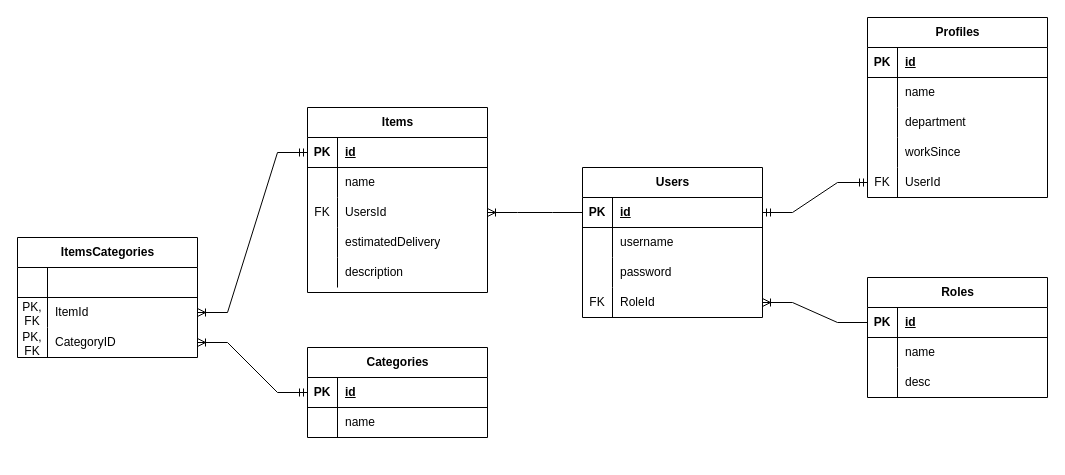
This is erd.drawio from ichigayamate/waregram, a draw.io file, before an edit. Source tidied: cells renumbered, new cells numbered last; positions are measured from the earlier drawing's top-left corner, leaving out a move shared by most shapes. Both pictures are drawn from the tidied source at 100%, with x=0, y=0 at pixel (17, 17).
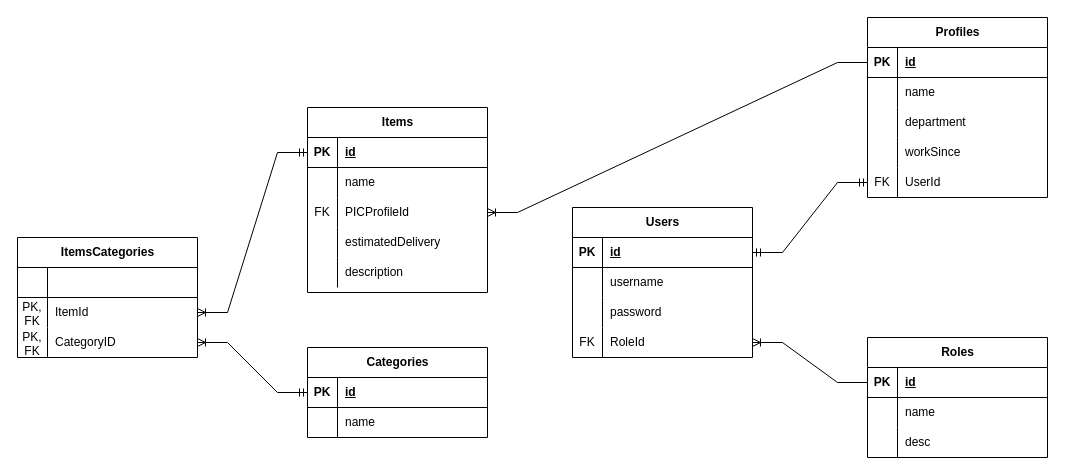
The same diagram, later.

Unchanged cells that the change refers to:
```xml
<mxCell id="3" style="shape=tableRow;horizontal=0;startSize=0;swimlaneHead=0;swimlaneBody=0;fillColor=none;points=[[0,0.5],[1,0.5]];portConstraint=eastwest;top=0;left=0;right=0;bottom=1;" parent="2" vertex="1">
  <mxGeometry y="30" width="180" height="30" as="geometry" />
</mxCell>
<mxCell id="16" style="shape=tableRow;horizontal=0;startSize=0;swimlaneHead=0;swimlaneBody=0;fillColor=none;points=[[0,0.5],[1,0.5]];portConstraint=eastwest;top=0;left=0;right=0;bottom=1;" parent="15" vertex="1">
  <mxGeometry y="30" width="180" height="30" as="geometry" />
</mxCell>
<mxCell id="70" style="shape=tableRow;horizontal=0;startSize=0;swimlaneHead=0;swimlaneBody=0;fillColor=none;points=[[0,0.5],[1,0.5]];portConstraint=eastwest;top=0;left=0;right=0;bottom=0;" parent="63" vertex="1">
  <mxGeometry y="90" width="180" height="30" as="geometry" />
</mxCell>
```

Diff of the diagram source:
```diff
@@
     <mxCell id="2" value="Users" style="shape=table;startSize=30;childLayout=tableLayout;rowLines=0;fontStyle=1;align=center;html=1;" parent="1" vertex="1">
-      <mxGeometry x="565" y="150" width="180" height="150" as="geometry" />
+      <mxGeometry x="555" y="190" width="180" height="150" as="geometry" />
     </mxCell>
@@
-    <mxCell id="33" style="edgeStyle=entityRelationEdgeStyle;fontSize=12;html=1;endArrow=ERoneToMany;rounded=0;exitX=0;exitY=0.5;exitDx=0;exitDy=0;entryX=1;entryY=0.5;entryDx=0;entryDy=0;" parent="1" edge="1" source="3" target="70">
-      <mxGeometry relative="1" as="geometry" />
+    <mxCell id="33" style="edgeStyle=entityRelationEdgeStyle;fontSize=12;html=1;endArrow=ERoneToMany;rounded=0;exitX=0;exitY=0.5;exitDx=0;exitDy=0;entryX=1;entryY=0.5;entryDx=0;entryDy=0;" parent="1" edge="1" source="16" target="70">
+      <mxGeometry relative="1" as="geometry">
+        <Array as="points">
+          <mxPoint x="635" y="80" />
+        </Array>
+      </mxGeometry>
     </mxCell>
@@
     <mxCell id="53" value="Roles" style="shape=table;startSize=30;childLayout=tableLayout;rowLines=0;fontStyle=1;align=center;html=1;" parent="1" vertex="1">
-      <mxGeometry x="850" y="260" width="180" height="120" as="geometry" />
+      <mxGeometry x="850" y="320" width="180" height="120" as="geometry" />
     </mxCell>
@@
-    <mxCell id="72" value="UsersId" style="shape=partialRectangle;fillColor=none;top=0;left=0;bottom=0;right=0;align=left;spacingLeft=6;overflow=hidden;whiteSpace=wrap;html=1;" parent="70" vertex="1">
+    <mxCell id="72" value="PICProfileId" style="shape=partialRectangle;fillColor=none;top=0;left=0;bottom=0;right=0;align=left;spacingLeft=6;overflow=hidden;whiteSpace=wrap;html=1;" parent="70" vertex="1">
       <mxGeometry x="30" width="150" height="30" as="geometry" />
     </mxCell>
```
